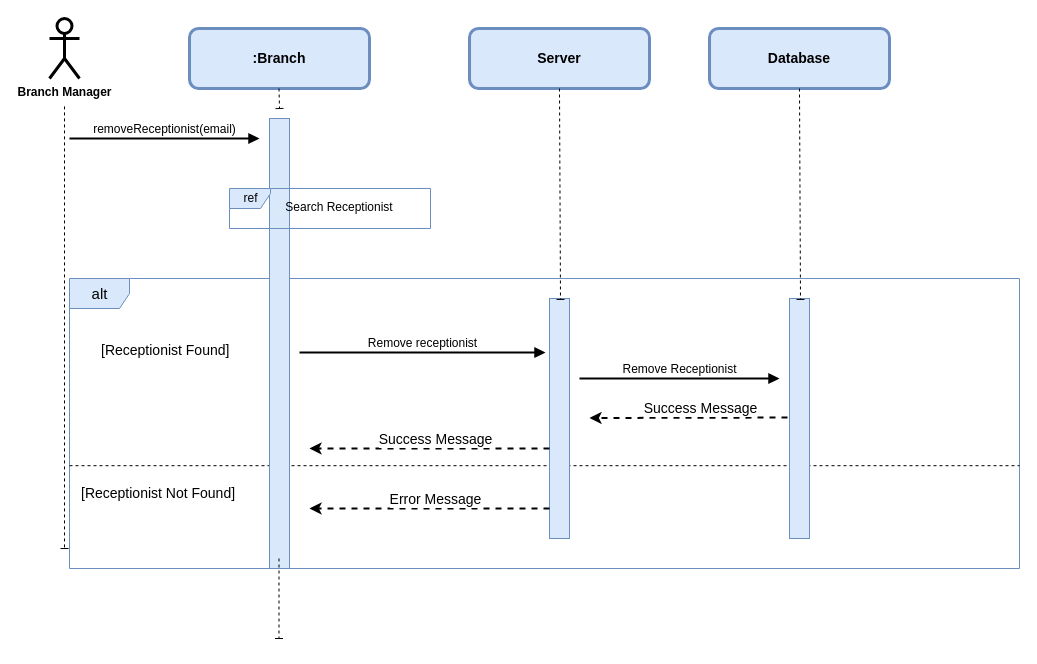
The draw.io diagram UseCase_Diagram/Dagim/removeReceptionist.dio in Nama21yo/SDS-EMR, before the edit. Source tidied: cells renumbered, new cells numbered last; positions are measured from the earlier drawing's top-left corner, leaving out a move shared by most shapes. Both pictures are drawn from the tidied source at 100%, with x=0, y=0 at pixel (49, 18).
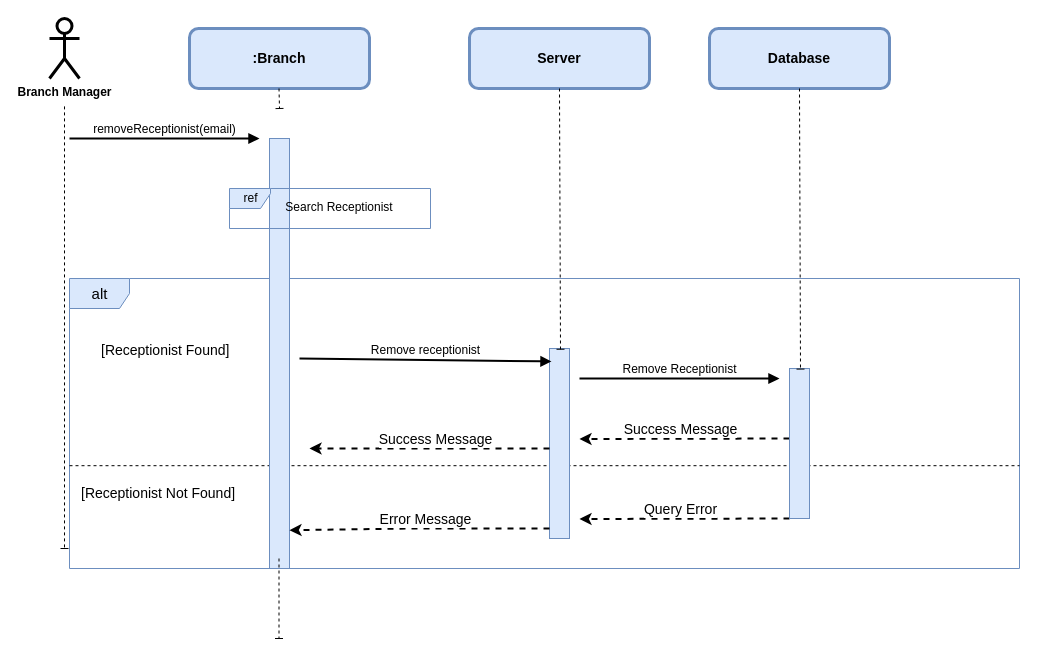
After the change.

Unchanged cells that the change refers to:
```xml
<mxCell id="6" value="&lt;font style=&quot;font-size: 15px;&quot;&gt;alt&lt;/font&gt;" style="shape=umlFrame;tabWidth=110;tabHeight=30;tabPosition=left;html=1;boundedLbl=1;labelInHeader=1;width=60;height=30;fontSize=13;fillColor=#dae8fc;strokeColor=#6c8ebf;" parent="1" vertex="1">
  <mxGeometry x="20" y="260" width="950" height="290" as="geometry" />
</mxCell>
```

Diff of the diagram source:
```diff
@@
     <mxCell id="10" style="html=1;points=[];perimeter=orthogonalPerimeter;fontSize=12;fillColor=#dae8fc;strokeColor=#6c8ebf;" parent="6" vertex="1">
-      <mxGeometry x="200" y="-160" width="20" height="450" as="geometry" />
+      <mxGeometry x="200" y="-140" width="20" height="430" as="geometry" />
     </mxCell>
     <mxCell id="11" style="html=1;points=[];perimeter=orthogonalPerimeter;fontSize=12;fillColor=#dae8fc;strokeColor=#6c8ebf;" parent="6" vertex="1">
-      <mxGeometry x="480" y="20" width="20" height="240" as="geometry" />
+      <mxGeometry x="480" y="70" width="20" height="190" as="geometry" />
     </mxCell>
-    <mxCell id="12" value="&lt;span style=&quot;font-size: 12px;&quot;&gt;Remove receptionist&lt;/span&gt;" style="html=1;verticalAlign=bottom;endArrow=block;strokeWidth=2;entryX=-0.2;entryY=0.225;entryDx=0;entryDy=0;entryPerimeter=0;" parent="6" edge="1" target="11">
+    <mxCell id="12" value="&lt;span style=&quot;font-size: 12px;&quot;&gt;Remove receptionist&lt;/span&gt;" style="html=1;verticalAlign=bottom;endArrow=block;strokeWidth=2;entryX=0.1;entryY=0.068;entryDx=0;entryDy=0;entryPerimeter=0;" parent="6" edge="1" target="11">
       <mxGeometry relative="1" as="geometry">
-        <mxPoint x="230" y="74" as="sourcePoint" />
+        <mxPoint x="230" y="80" as="sourcePoint" />
       </mxGeometry>
     </mxCell>
-    <mxCell id="13" style="endArrow=classic;html=1;strokeWidth=2;fontSize=13;dashed=1;" parent="6" edge="1" source="11">
+    <mxCell id="13" style="endArrow=classic;html=1;strokeWidth=2;fontSize=13;dashed=1;entryX=1;entryY=0.911;entryDx=0;entryDy=0;entryPerimeter=0;" parent="6" edge="1" source="11" target="10">
       <mxGeometry relative="1" as="geometry">
-        <mxPoint x="240" y="230" as="targetPoint" />
+        <Array as="points">
+          <mxPoint x="340" y="250" />
+        </Array>
       </mxGeometry>
     </mxCell>
@@
     <mxCell id="16" style="endArrow=classic;html=1;strokeWidth=2;fontSize=13;dashed=1;" parent="6" edge="1">
       <mxGeometry relative="1" as="geometry">
-        <mxPoint x="730" y="139" as="sourcePoint" />
-        <mxPoint x="520" y="139.5" as="targetPoint" />
+        <mxPoint x="720" y="160" as="sourcePoint" />
+        <mxPoint x="510" y="160.5" as="targetPoint" />
       </mxGeometry>
     </mxCell>
     <mxCell id="17" value="&lt;font style=&quot;font-size: 14px;&quot;&gt;Success Message&lt;/font&gt;" style="edgeLabel;html=1;align=center;verticalAlign=middle;strokeWidth=3;fontSize=13;rounded=1;" parent="16" vertex="1">
       <mxGeometry relative="1" as="geometry">
-        <mxPoint x="5" y="-10" as="offset" />
+        <mxPoint x="-5" y="-10" as="offset" />
       </mxGeometry>
     </mxCell>
@@
+    <mxCell id="29" style="endArrow=classic;html=1;strokeWidth=2;fontSize=13;dashed=1;" parent="6" edge="1">
+      <mxGeometry relative="1" as="geometry">
+        <mxPoint x="720" y="240" as="sourcePoint" />
+        <mxPoint x="510" y="240.5" as="targetPoint" />
+      </mxGeometry>
+    </mxCell>
+    <mxCell id="30" value="&lt;font style=&quot;font-size: 14px;&quot;&gt;Query Error&lt;/font&gt;" style="edgeLabel;html=1;align=center;verticalAlign=middle;strokeWidth=3;fontSize=13;rounded=1;" parent="29" vertex="1">
+      <mxGeometry relative="1" as="geometry">
+        <mxPoint x="-5" y="-10" as="offset" />
+      </mxGeometry>
+    </mxCell>
@@
     <mxCell id="26" style="html=1;points=[];perimeter=orthogonalPerimeter;fontSize=12;fillColor=#dae8fc;strokeColor=#6c8ebf;" parent="1" vertex="1">
-      <mxGeometry x="740" y="280" width="20" height="240" as="geometry" />
+      <mxGeometry x="740" y="350" width="20" height="150" as="geometry" />
     </mxCell>
```
